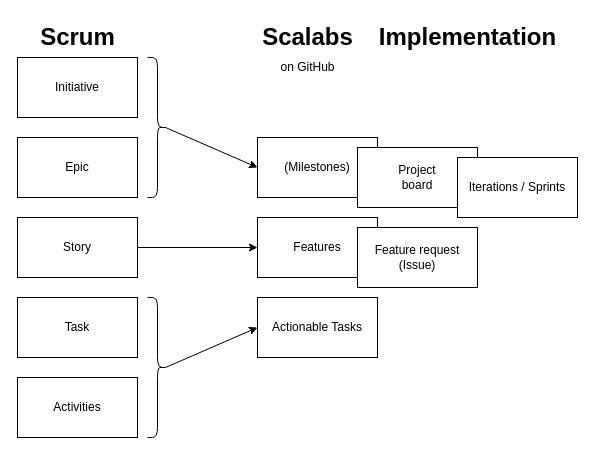
Earlier version of the draw.io diagram assets/pm.drawio (scalabs/handbook). Source tidied: cells renumbered, new cells numbered last; positions are measured from the earlier drawing's top-left corner, leaving out a move shared by most shapes. Both pictures are drawn from the tidied source at 100%, with x=0, y=0 at pixel (17, 17).
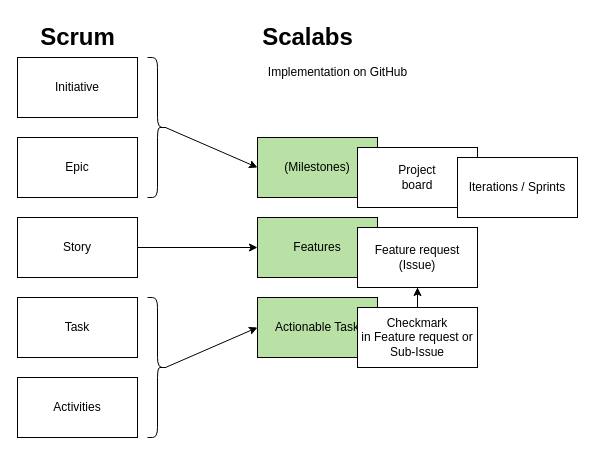
The same diagram, later.

Unchanged cells that the change refers to:
```xml
<mxCell id="13" value="Feature request (Issue)" style="rounded=0;whiteSpace=wrap;html=1;" parent="1" vertex="1">
  <mxGeometry x="340" y="210" width="120" height="60" as="geometry" />
</mxCell>
```

Change to the diagram source:
```diff
@@
-    <mxCell id="8" value="Features" style="rounded=0;whiteSpace=wrap;html=1;" parent="1" vertex="1">
+    <mxCell id="8" value="Features" style="rounded=0;whiteSpace=wrap;html=1;fillColor=#B9E0A5;" parent="1" vertex="1">
       <mxGeometry x="240" y="200" width="120" height="60" as="geometry" />
     </mxCell>
-    <mxCell id="9" value="Actionable Tasks" style="rounded=0;whiteSpace=wrap;html=1;" parent="1" vertex="1">
+    <mxCell id="9" value="Actionable Task" style="rounded=0;whiteSpace=wrap;html=1;fillColor=#B9E0A5;" parent="1" vertex="1">
       <mxGeometry x="240" y="280" width="120" height="60" as="geometry" />
     </mxCell>
-    <mxCell id="10" value="(Milestones)" style="rounded=0;whiteSpace=wrap;html=1;" parent="1" vertex="1">
+    <mxCell id="10" value="(Milestones)" style="rounded=0;whiteSpace=wrap;html=1;fillColor=#B9E0A5;" parent="1" vertex="1">
       <mxGeometry x="240" y="120" width="120" height="60" as="geometry" />
     </mxCell>
@@
-    <mxCell id="20" value="Implementation" style="text;strokeColor=none;fillColor=none;html=1;fontSize=24;fontStyle=1;verticalAlign=middle;align=center;" parent="1" vertex="1">
-      <mxGeometry x="400" width="100" height="40" as="geometry" />
-    </mxCell>
-    <mxCell id="21" value="on GitHub" style="text;html=1;align=center;verticalAlign=middle;strokeColor=none;fillColor=none;" parent="1" vertex="1">
-      <mxGeometry x="250" y="35" width="80" height="30" as="geometry" />
+    <mxCell id="21" value="Implementation on GitHub" style="text;html=1;align=center;verticalAlign=middle;strokeColor=none;fillColor=none;" parent="1" vertex="1">
+      <mxGeometry x="240" y="40" width="160" height="30" as="geometry" />
     </mxCell>
+    <mxCell id="22" style="edgeStyle=orthogonalEdgeStyle;rounded=0;jettySize=auto;html=1;" parent="1" edge="1" source="23" target="13">
+      <mxGeometry relative="1" as="geometry" />
+    </mxCell>
+    <mxCell id="23" value="Checkmark&lt;br&gt;in Feature request or Sub-Issue" style="rounded=0;whiteSpace=wrap;html=1;" parent="1" vertex="1">
+      <mxGeometry x="340" y="290" width="120" height="60" as="geometry" />
+    </mxCell>
```
